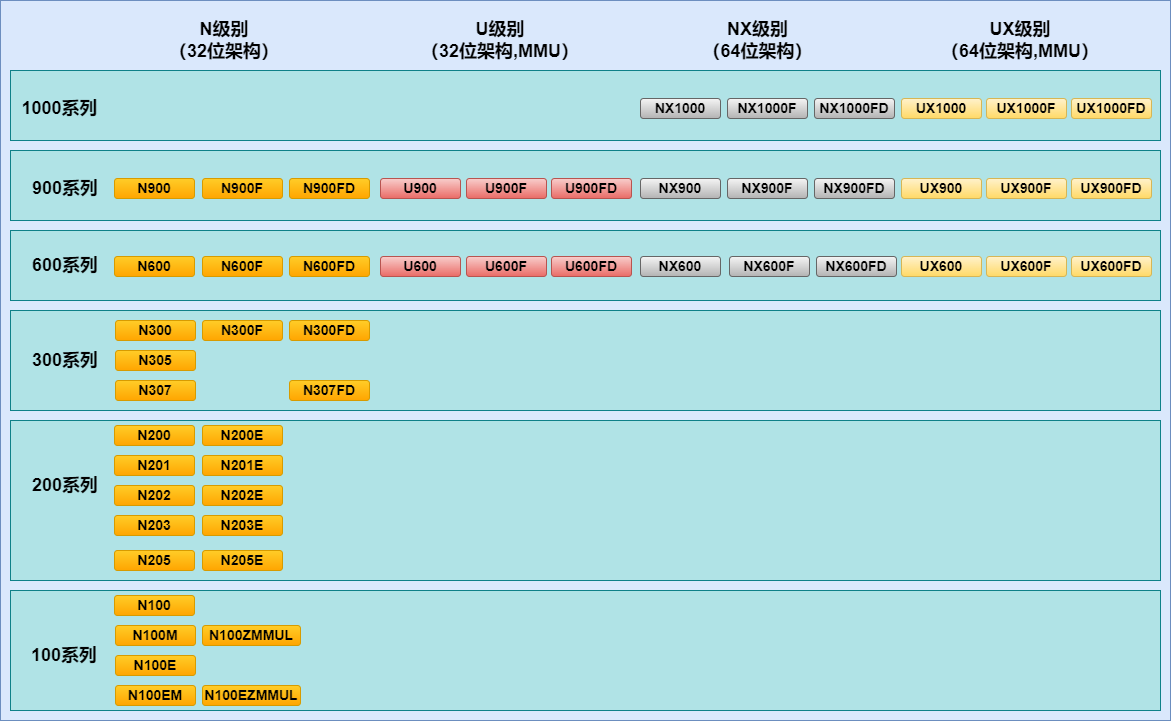
This is source/asserts/images/qemu_nuclei_cpus_support.png from Nuclei-Software/nuclei-tool-guide, a draw.io export, as it was before one commit. Source tidied: cells renumbered, new cells last; positions are measured from the earlier drawing's top-left corner, leaving out a move shared by most shapes.
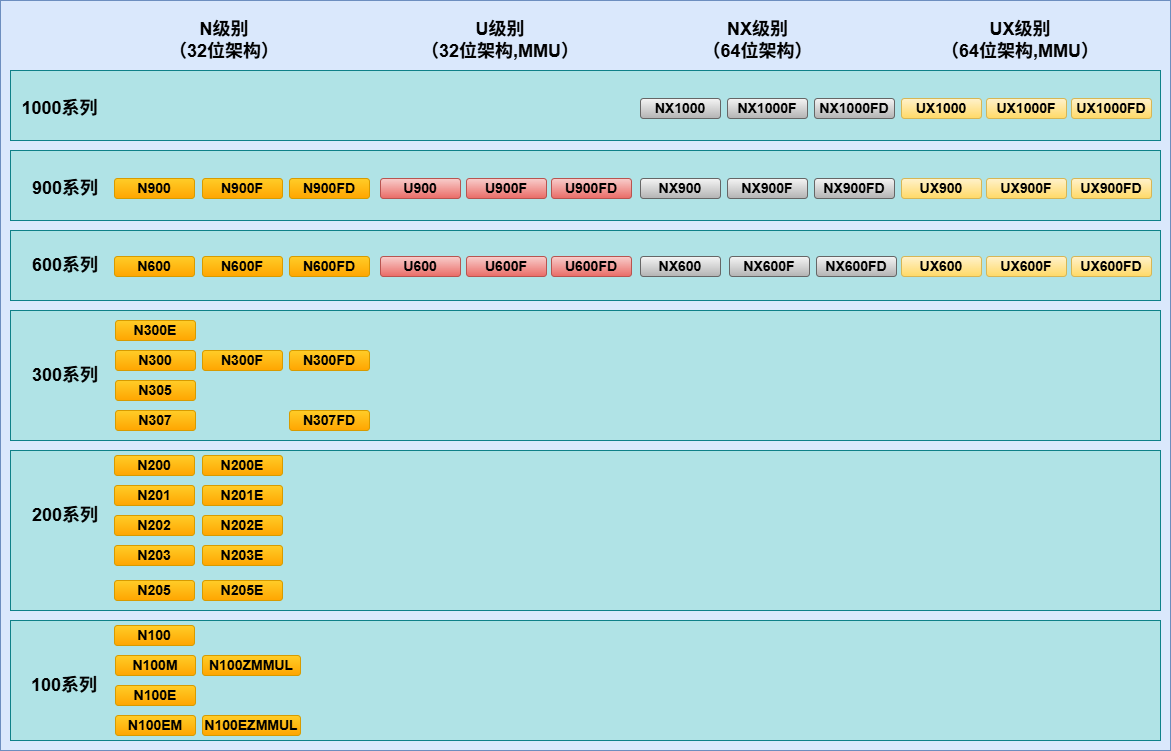
After the change.

Commit message:
doc: update qemu doc for 2025.10 release (#45)

What changed in the source:
```diff
@@ -3,7 +3,7 @@
     <mxCell id="0" />
     <mxCell id="1" parent="0" />
     <mxCell id="2" style="rounded=0;whiteSpace=wrap;html=1;fillColor=#dae8fc;strokeColor=#6c8ebf;" parent="1" vertex="1">
-      <mxGeometry width="1170" height="720" as="geometry" />
+      <mxGeometry width="1170" height="750" as="geometry" />
     </mxCell>
     <mxCell id="3" style="rounded=0;whiteSpace=wrap;html=1;fillColor=#b0e3e6;strokeColor=#0e8088;" parent="1" vertex="1">
       <mxGeometry x="10" y="150" width="1150" height="70" as="geometry" />
@@ -12,10 +12,10 @@
       <mxGeometry x="10" y="230" width="1150" height="70" as="geometry" />
     </mxCell>
     <mxCell id="5" style="rounded=0;whiteSpace=wrap;html=1;fillColor=#b0e3e6;strokeColor=#0e8088;" parent="1" vertex="1">
-      <mxGeometry x="10" y="310" width="1150" height="100" as="geometry" />
+      <mxGeometry x="10" y="310" width="1150" height="130" as="geometry" />
     </mxCell>
     <mxCell id="6" style="rounded=0;whiteSpace=wrap;html=1;fillColor=#b0e3e6;strokeColor=#0e8088;" parent="1" vertex="1">
-      <mxGeometry x="10" y="420" width="1150" height="160" as="geometry" />
+      <mxGeometry x="10" y="450" width="1150" height="160" as="geometry" />
     </mxCell>
     <mxCell id="7" value="900系列" style="text;html=1;strokeColor=none;fillColor=none;align=center;verticalAlign=middle;whiteSpace=wrap;rounded=0;fontStyle=1;fontSize=18;" parent="1" vertex="1">
       <mxGeometry x="30" y="178" width="70" height="20" as="geometry" />
@@ -24,10 +24,10 @@
       <mxGeometry x="30" y="255" width="70" height="20" as="geometry" />
     </mxCell>
     <mxCell id="9" value="300系列" style="text;html=1;strokeColor=none;fillColor=none;align=center;verticalAlign=middle;whiteSpace=wrap;rounded=0;fontStyle=1;fontSize=18;" parent="1" vertex="1">
-      <mxGeometry x="30" y="350" width="70" height="20" as="geometry" />
+      <mxGeometry x="30" y="365" width="70" height="20" as="geometry" />
     </mxCell>
     <mxCell id="10" value="200系列" style="text;html=1;strokeColor=none;fillColor=none;align=center;verticalAlign=middle;whiteSpace=wrap;rounded=0;fontStyle=1;fontSize=18;" parent="1" vertex="1">
-      <mxGeometry x="30" y="475" width="70" height="20" as="geometry" />
+      <mxGeometry x="30" y="505" width="70" height="20" as="geometry" />
     </mxCell>
     <mxCell id="11" value="N级别&lt;br style=&quot;font-size: 18px;&quot;&gt;（32位架构）" style="text;html=1;strokeColor=none;fillColor=none;align=center;verticalAlign=middle;whiteSpace=wrap;rounded=0;fontStyle=1;fontSize=18;" parent="1" vertex="1">
       <mxGeometry x="160" y="30" width="128" height="20" as="geometry" />
@@ -42,31 +42,31 @@
       <mxGeometry x="410" y="30" width="180" height="20" as="geometry" />
     </mxCell>
     <mxCell id="15" value="N200" style="rounded=1;whiteSpace=wrap;html=1;fontSize=14;fontStyle=1;gradientColor=#ffa500;fillColor=#ffcd28;strokeColor=#d79b00;" parent="1" vertex="1">
-      <mxGeometry x="114" y="425" width="80" height="20" as="geometry" />
+      <mxGeometry x="114" y="455" width="80" height="20" as="geometry" />
     </mxCell>
     <mxCell id="16" value="N201" style="rounded=1;whiteSpace=wrap;html=1;fontSize=14;fontStyle=1;gradientColor=#ffa500;fillColor=#ffcd28;strokeColor=#d79b00;" parent="1" vertex="1">
-      <mxGeometry x="114" y="455" width="80" height="20" as="geometry" />
+      <mxGeometry x="114" y="485" width="80" height="20" as="geometry" />
     </mxCell>
     <mxCell id="17" value="N201E" style="rounded=1;whiteSpace=wrap;html=1;fontSize=14;fontStyle=1;gradientColor=#ffa500;fillColor=#ffcd28;strokeColor=#d79b00;" parent="1" vertex="1">
-      <mxGeometry x="202" y="455" width="80" height="20" as="geometry" />
+      <mxGeometry x="202" y="485" width="80" height="20" as="geometry" />
     </mxCell>
     <mxCell id="18" value="N202" style="rounded=1;whiteSpace=wrap;html=1;fontSize=14;fontStyle=1;gradientColor=#ffa500;fillColor=#ffcd28;strokeColor=#d79b00;" parent="1" vertex="1">
-      <mxGeometry x="114" y="485" width="80" height="20" as="geometry" />
+      <mxGeometry x="114" y="515" width="80" height="20" as="geometry" />
     </mxCell>
     <mxCell id="19" value="N202E" style="rounded=1;whiteSpace=wrap;html=1;fontSize=14;fontStyle=1;gradientColor=#ffa500;fillColor=#ffcd28;strokeColor=#d79b00;" parent="1" vertex="1">
-      <mxGeometry x="202" y="485" width="80" height="20" as="geometry" />
+      <mxGeometry x="202" y="515" width="80" height="20" as="geometry" />
     </mxCell>
     <mxCell id="20" value="N203" style="rounded=1;whiteSpace=wrap;html=1;fontSize=14;fontStyle=1;gradientColor=#ffa500;fillColor=#ffcd28;strokeColor=#d79b00;" parent="1" vertex="1">
-      <mxGeometry x="114" y="515" width="80" height="20" as="geometry" />
+      <mxGeometry x="114" y="545" width="80" height="20" as="geometry" />
     </mxCell>
     <mxCell id="21" value="N203E" style="rounded=1;whiteSpace=wrap;html=1;fontSize=14;fontStyle=1;gradientColor=#ffa500;fillColor=#ffcd28;strokeColor=#d79b00;" parent="1" vertex="1">
-      <mxGeometry x="202" y="515" width="80" height="20" as="geometry" />
+      <mxGeometry x="202" y="545" width="80" height="20" as="geometry" />
     </mxCell>
     <mxCell id="22" value="N300FD" style="rounded=1;whiteSpace=wrap;html=1;fontSize=14;fontStyle=1;gradientColor=#ffa500;fillColor=#ffcd28;strokeColor=#d79b00;" parent="1" vertex="1">
-      <mxGeometry x="289" y="320" width="80" height="20" as="geometry" />
+      <mxGeometry x="289" y="350" width="80" height="20" as="geometry" />
     </mxCell>
     <mxCell id="23" value="N307FD" style="rounded=1;whiteSpace=wrap;html=1;fontSize=14;fontStyle=1;gradientColor=#ffa500;fillColor=#ffcd28;strokeColor=#d79b00;" parent="1" vertex="1">
-      <mxGeometry x="289" y="380" width="80" height="20" as="geometry" />
+      <mxGeometry x="289" y="410" width="80" height="20" as="geometry" />
     </mxCell>
     <mxCell id="24" value="N600FD" style="rounded=1;whiteSpace=wrap;html=1;fontSize=14;fontStyle=1;gradientColor=#ffa500;fillColor=#ffcd28;strokeColor=#d79b00;" parent="1" vertex="1">
       <mxGeometry x="289" y="256" width="80" height="20" as="geometry" />
@@ -111,13 +111,13 @@
       <mxGeometry x="1071" y="178" width="80" height="20" as="geometry" />
     </mxCell>
     <mxCell id="38" value="N307" style="rounded=1;whiteSpace=wrap;html=1;fontSize=14;fontStyle=1;gradientColor=#ffa500;fillColor=#ffcd28;strokeColor=#d79b00;" parent="1" vertex="1">
-      <mxGeometry x="115" y="380" width="80" height="20" as="geometry" />
+      <mxGeometry x="115" y="410" width="80" height="20" as="geometry" />
     </mxCell>
     <mxCell id="39" value="N305" style="rounded=1;whiteSpace=wrap;html=1;fontSize=14;fontStyle=1;gradientColor=#ffa500;fillColor=#ffcd28;strokeColor=#d79b00;" parent="1" vertex="1">
-      <mxGeometry x="115" y="350" width="80" height="20" as="geometry" />
+      <mxGeometry x="115" y="380" width="80" height="20" as="geometry" />
     </mxCell>
     <mxCell id="40" value="N300" style="rounded=1;whiteSpace=wrap;html=1;fontSize=14;fontStyle=1;gradientColor=#ffa500;fillColor=#ffcd28;strokeColor=#d79b00;" parent="1" vertex="1">
-      <mxGeometry x="115" y="320" width="80" height="20" as="geometry" />
+      <mxGeometry x="115" y="350" width="80" height="20" as="geometry" />
     </mxCell>
     <mxCell id="41" value="N600" style="rounded=1;whiteSpace=wrap;html=1;fontSize=14;fontStyle=1;gradientColor=#ffa500;fillColor=#ffcd28;strokeColor=#d79b00;" parent="1" vertex="1">
       <mxGeometry x="114" y="256" width="80" height="20" as="geometry" />
@@ -132,7 +132,7 @@
       <mxGeometry x="202" y="256" width="80" height="20" as="geometry" />
     </mxCell>
     <mxCell id="45" value="N300F" style="rounded=1;whiteSpace=wrap;html=1;fontSize=14;fontStyle=1;gradientColor=#ffa500;fillColor=#ffcd28;strokeColor=#d79b00;" parent="1" vertex="1">
-      <mxGeometry x="202" y="320" width="80" height="20" as="geometry" />
+      <mxGeometry x="202" y="350" width="80" height="20" as="geometry" />
     </mxCell>
     <mxCell id="46" value="U900" style="rounded=1;whiteSpace=wrap;html=1;fontSize=14;fontStyle=1;gradientColor=#ea6b66;fillColor=#f8cecc;strokeColor=#b85450;" parent="1" vertex="1">
       <mxGeometry x="380" y="178" width="80" height="20" as="geometry" />
@@ -153,22 +153,22 @@
       <mxGeometry x="814" y="178" width="80" height="20" as="geometry" />
     </mxCell>
     <mxCell id="52" style="rounded=0;whiteSpace=wrap;html=1;fillColor=#b0e3e6;strokeColor=#0e8088;" parent="1" vertex="1">
-      <mxGeometry x="10" y="590" width="1150" height="120" as="geometry" />
+      <mxGeometry x="10" y="620" width="1150" height="120" as="geometry" />
     </mxCell>
     <mxCell id="53" value="100系列" style="text;html=1;strokeColor=none;fillColor=none;align=center;verticalAlign=middle;whiteSpace=wrap;rounded=0;fontStyle=1;fontSize=18;" parent="1" vertex="1">
-      <mxGeometry x="29" y="645" width="70" height="20" as="geometry" />
+      <mxGeometry x="29" y="675" width="70" height="20" as="geometry" />
     </mxCell>
     <mxCell id="54" value="N100" style="rounded=1;whiteSpace=wrap;html=1;fontSize=14;fontStyle=1;gradientColor=#ffa500;fillColor=#ffcd28;strokeColor=#d79b00;" parent="1" vertex="1">
-      <mxGeometry x="114" y="595" width="80" height="20" as="geometry" />
+      <mxGeometry x="114" y="625" width="80" height="20" as="geometry" />
     </mxCell>
     <mxCell id="55" value="N100E" style="rounded=1;whiteSpace=wrap;html=1;fontSize=14;fontStyle=1;gradientColor=#ffa500;fillColor=#ffcd28;strokeColor=#d79b00;" parent="1" vertex="1">
-      <mxGeometry x="115" y="655" width="80" height="20" as="geometry" />
+      <mxGeometry x="115" y="685" width="80" height="20" as="geometry" />
     </mxCell>
     <mxCell id="56" value="N100EM" style="rounded=1;whiteSpace=wrap;html=1;fontSize=14;fontStyle=1;gradientColor=#ffa500;fillColor=#ffcd28;strokeColor=#d79b00;" parent="1" vertex="1">
-      <mxGeometry x="115" y="685" width="80" height="20" as="geometry" />
+      <mxGeometry x="115" y="715" width="80" height="20" as="geometry" />
     </mxCell>
     <mxCell id="57" value="N100EZMMUL" style="rounded=1;whiteSpace=wrap;html=1;fontSize=14;fontStyle=1;gradientColor=#ffa500;fillColor=#ffcd28;strokeColor=#d79b00;" parent="1" vertex="1">
-      <mxGeometry x="202" y="685" width="98" height="20" as="geometry" />
+      <mxGeometry x="202" y="715" width="98" height="20" as="geometry" />
     </mxCell>
     <mxCell id="58" style="rounded=0;whiteSpace=wrap;html=1;fillColor=#b0e3e6;strokeColor=#0e8088;" parent="1" vertex="1">
       <mxGeometry x="10" y="70" width="1150" height="70" as="geometry" />
@@ -180,10 +180,10 @@
       <mxGeometry x="901" y="98" width="80" height="20" as="geometry" />
     </mxCell>
     <mxCell id="61" value="N100ZMMUL" style="rounded=1;whiteSpace=wrap;html=1;fontSize=14;fontStyle=1;gradientColor=#ffa500;fillColor=#ffcd28;strokeColor=#d79b00;" parent="1" vertex="1">
-      <mxGeometry x="202" y="625" width="98" height="20" as="geometry" />
+      <mxGeometry x="202" y="655" width="98" height="20" as="geometry" />
     </mxCell>
     <mxCell id="62" value="N100M" style="rounded=1;whiteSpace=wrap;html=1;fontSize=14;fontStyle=1;gradientColor=#ffa500;fillColor=#ffcd28;strokeColor=#d79b00;" parent="1" vertex="1">
-      <mxGeometry x="115" y="625" width="80" height="20" as="geometry" />
+      <mxGeometry x="115" y="655" width="80" height="20" as="geometry" />
     </mxCell>
     <mxCell id="63" value="UX1000F" style="rounded=1;whiteSpace=wrap;html=1;fontSize=14;fontStyle=1;gradientColor=#ffd966;fillColor=#fff2cc;strokeColor=#d6b656;" parent="1" vertex="1">
       <mxGeometry x="986" y="98" width="80" height="20" as="geometry" />
@@ -201,13 +201,16 @@
       <mxGeometry x="814" y="98" width="80" height="20" as="geometry" />
     </mxCell>
     <mxCell id="68" value="N205" style="rounded=1;whiteSpace=wrap;html=1;fontSize=14;fontStyle=1;gradientColor=#ffa500;fillColor=#ffcd28;strokeColor=#d79b00;" parent="1" vertex="1">
-      <mxGeometry x="114" y="550" width="80" height="20" as="geometry" />
+      <mxGeometry x="114" y="580" width="80" height="20" as="geometry" />
     </mxCell>
     <mxCell id="69" value="N205E" style="rounded=1;whiteSpace=wrap;html=1;fontSize=14;fontStyle=1;gradientColor=#ffa500;fillColor=#ffcd28;strokeColor=#d79b00;" parent="1" vertex="1">
-      <mxGeometry x="202" y="550" width="80" height="20" as="geometry" />
+      <mxGeometry x="202" y="580" width="80" height="20" as="geometry" />
     </mxCell>
     <mxCell id="70" value="N200E" style="rounded=1;whiteSpace=wrap;html=1;fontSize=14;fontStyle=1;gradientColor=#ffa500;fillColor=#ffcd28;strokeColor=#d79b00;" parent="1" vertex="1">
-      <mxGeometry x="202" y="425" width="80" height="20" as="geometry" />
+      <mxGeometry x="202" y="455" width="80" height="20" as="geometry" />
     </mxCell>
+    <mxCell id="71" value="N300E" style="rounded=1;whiteSpace=wrap;html=1;fontSize=14;fontStyle=1;gradientColor=#ffa500;fillColor=#ffcd28;strokeColor=#d79b00;" parent="1" vertex="1">
+      <mxGeometry x="115" y="320" width="80" height="20" as="geometry" />
+    </mxCell>
   </root>
 </mxGraphModel>
```
